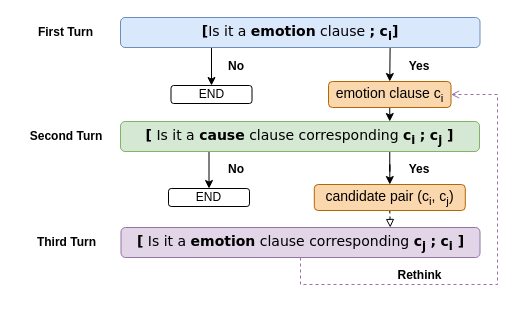
This is framework1.drawio from zhoucz97/paper_figure, a draw.io file, before an edit. Source tidied: cells renumbered, new cells numbered last; positions are measured from the earlier drawing's top-left corner, leaving out a move shared by most shapes. Both pictures are drawn from the tidied source at 100%, with x=0, y=0 at pixel (16, 17).
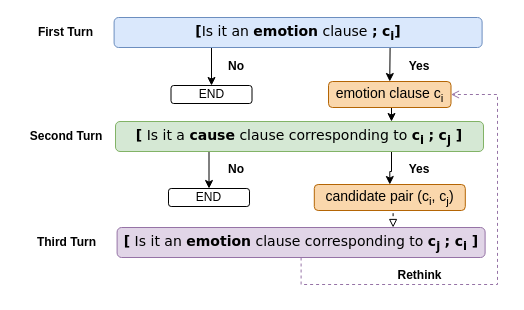
Above is the later version.

What changed in the source:
```diff
@@
-    <mxCell id="4" value="&lt;font style=&quot;font-size: 14px&quot;&gt;&lt;font face=&quot;Verdana&quot;&gt;&lt;b&gt;[&lt;/b&gt;&lt;/font&gt;&lt;span style=&quot;font-family: &amp;#34;verdana&amp;#34;&quot;&gt;Is it a&amp;nbsp;&lt;/span&gt;&lt;b style=&quot;font-family: &amp;#34;verdana&amp;#34;&quot;&gt;emotion&lt;/b&gt;&lt;span style=&quot;font-family: &amp;#34;verdana&amp;#34;&quot;&gt;&amp;nbsp;clause&amp;nbsp;&lt;/span&gt;&lt;b style=&quot;font-family: &amp;#34;verdana&amp;#34;&quot;&gt;;&lt;/b&gt;&lt;span style=&quot;font-family: &amp;#34;verdana&amp;#34;&quot;&gt;&amp;nbsp;&lt;b&gt;c&lt;sub&gt;i&lt;/sub&gt;]&lt;/b&gt;&lt;/span&gt;&lt;/font&gt;" style="rounded=1;whiteSpace=wrap;html=1;fillColor=#dae8fc;strokeColor=#6c8ebf;" parent="1" vertex="1">
-      <mxGeometry x="104" width="359.5" height="30" as="geometry" />
+    <mxCell id="4" value="&lt;font style=&quot;font-size: 14px&quot;&gt;&lt;font face=&quot;Verdana&quot;&gt;&lt;b&gt;[&lt;/b&gt;&lt;/font&gt;&lt;span style=&quot;font-family: &amp;#34;verdana&amp;#34;&quot;&gt;Is it an&amp;nbsp;&lt;/span&gt;&lt;b style=&quot;font-family: &amp;#34;verdana&amp;#34;&quot;&gt;emotion&lt;/b&gt;&lt;span style=&quot;font-family: &amp;#34;verdana&amp;#34;&quot;&gt;&amp;nbsp;clause&amp;nbsp;&lt;/span&gt;&lt;b style=&quot;font-family: &amp;#34;verdana&amp;#34;&quot;&gt;;&lt;/b&gt;&lt;span style=&quot;font-family: &amp;#34;verdana&amp;#34;&quot;&gt;&amp;nbsp;&lt;b&gt;c&lt;sub&gt;i&lt;/sub&gt;]&lt;/b&gt;&lt;/span&gt;&lt;/font&gt;" style="rounded=1;whiteSpace=wrap;html=1;fillColor=#dae8fc;strokeColor=#6c8ebf;" parent="1" vertex="1">
+      <mxGeometry x="97.6" width="368" height="30" as="geometry" />
     </mxCell>
@@
-    <mxCell id="8" value="&lt;font style=&quot;font-size: 14px&quot; face=&quot;Verdana&quot;&gt;&lt;b&gt;[&lt;/b&gt; Is it a &lt;b&gt;cause&lt;/b&gt; clause corresponding &lt;b&gt;c&lt;sub&gt;i&lt;/sub&gt;&lt;/b&gt; &lt;b&gt;;&lt;/b&gt; &lt;b&gt;c&lt;sub&gt;j&lt;/sub&gt;&amp;nbsp;]&lt;/b&gt;&lt;/font&gt;" style="rounded=1;whiteSpace=wrap;html=1;fillColor=#d5e8d4;strokeColor=#82b366;" parent="1" vertex="1">
-      <mxGeometry x="104" y="104" width="359" height="30" as="geometry" />
+    <mxCell id="8" value="&lt;font style=&quot;font-size: 14px&quot; face=&quot;Verdana&quot;&gt;&lt;b&gt;[&lt;/b&gt; Is it a &lt;b&gt;cause&lt;/b&gt; clause corresponding to&amp;nbsp;&lt;b&gt;c&lt;sub&gt;i&lt;/sub&gt;&lt;/b&gt; &lt;b&gt;;&lt;/b&gt; &lt;b&gt;c&lt;sub&gt;j&lt;/sub&gt;&amp;nbsp;]&lt;/b&gt;&lt;/font&gt;" style="rounded=1;whiteSpace=wrap;html=1;fillColor=#d5e8d4;strokeColor=#82b366;" parent="1" vertex="1">
+      <mxGeometry x="99" y="104" width="368" height="30" as="geometry" />
     </mxCell>
@@
-    <mxCell id="15" value="&lt;font style=&quot;font-size: 14px&quot; face=&quot;Verdana&quot;&gt;&lt;b&gt;[&lt;/b&gt; Is it a &lt;b&gt;emotion&lt;/b&gt; clause corresponding &lt;b&gt;c&lt;sub&gt;j&lt;/sub&gt;&lt;/b&gt;&amp;nbsp;&lt;b&gt;;&lt;/b&gt; &lt;b&gt;c&lt;sub&gt;i&lt;/sub&gt;&amp;nbsp;]&lt;/b&gt;&lt;/font&gt;" style="rounded=1;whiteSpace=wrap;html=1;fillColor=#e1d5e7;strokeColor=#9673a6;" parent="1" vertex="1">
-      <mxGeometry x="104.5" y="210" width="359" height="30" as="geometry" />
+    <mxCell id="15" value="&lt;font style=&quot;font-size: 14px&quot; face=&quot;Verdana&quot;&gt;&lt;b&gt;[&lt;/b&gt; Is it an&amp;nbsp;&lt;b&gt;emotion&lt;/b&gt; clause corresponding to&amp;nbsp;&lt;b&gt;c&lt;sub&gt;j&lt;/sub&gt;&lt;/b&gt;&amp;nbsp;&lt;b&gt;;&lt;/b&gt; &lt;b&gt;c&lt;sub&gt;i&lt;/sub&gt;&amp;nbsp;]&lt;/b&gt;&lt;/font&gt;" style="rounded=1;whiteSpace=wrap;html=1;fillColor=#e1d5e7;strokeColor=#9673a6;" parent="1" vertex="1">
+      <mxGeometry x="100.6" y="210" width="368" height="30" as="geometry" />
     </mxCell>
```
